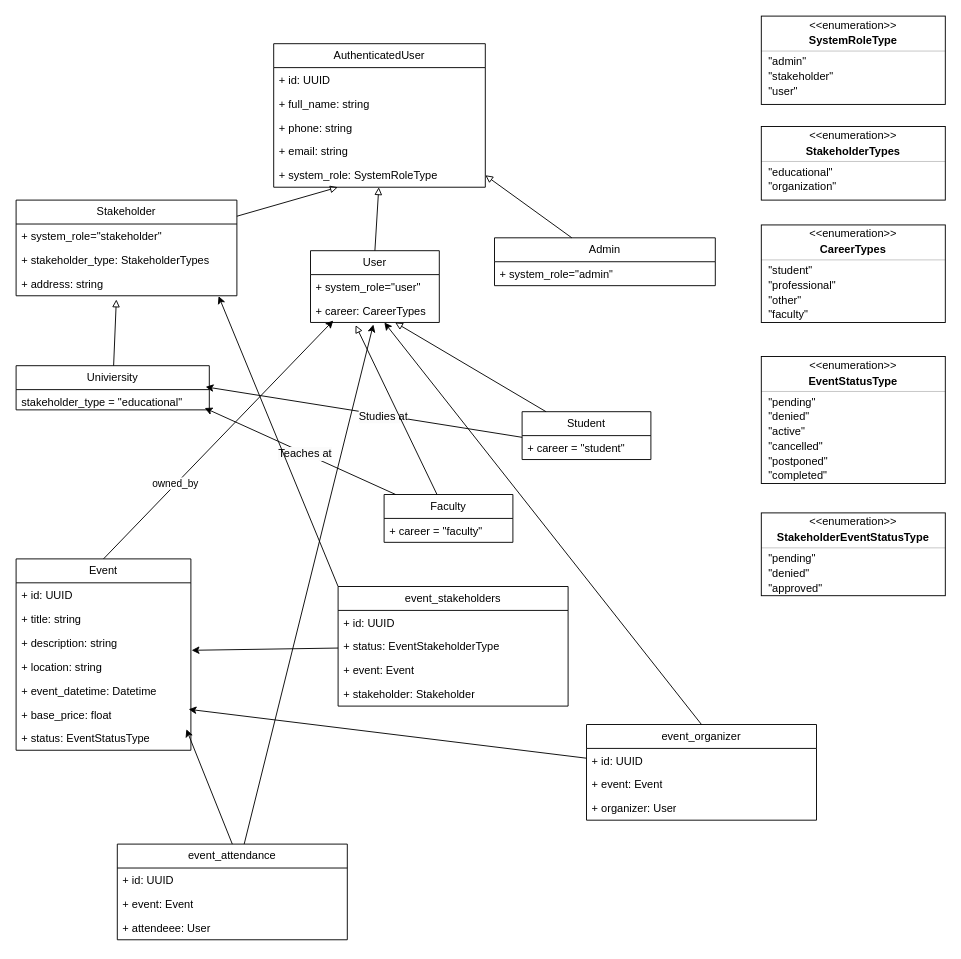
Above: uml/class_diagram/class_diagram.drawio in Gderhy/soen343_sees (draw.io), before the change. Source tidied: cells renumbered, new cells numbered last; positions are measured from the earlier drawing's top-left corner, leaving out a move shared by most shapes. Both pictures are drawn from the tidied source at 92%, with x=0, y=0 at pixel (16, 16).
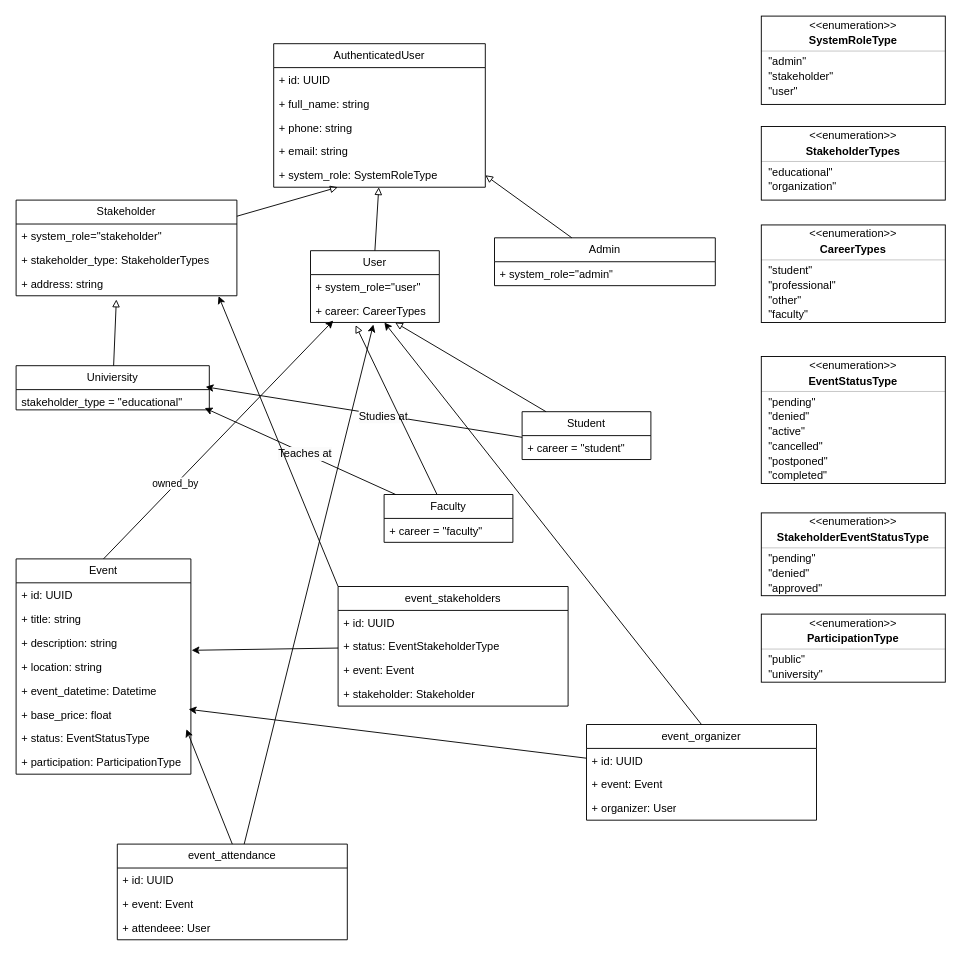
After the change.

Commit message (it also covers changes not shown here):
Rename Participation type to ParticipationType in types.ts and update CreateEvent component accordingly

The edit, as a diff of the source:
```diff
@@
     <mxCell id="56" value="Event" style="swimlane;fontStyle=0;horizontal=1;startSize=26;fillColor=none;whiteSpace=wrap;html=1;" parent="1" vertex="1">
-      <mxGeometry y="590" width="190" height="208" as="geometry" />
+      <mxGeometry y="590" width="190" height="234" as="geometry" />
     </mxCell>
@@
+    <mxCell id="102" value="+ participation: ParticipationType" style="text;strokeColor=none;fillColor=none;align=left;verticalAlign=top;spacingLeft=4;spacingRight=4;overflow=hidden;whiteSpace=wrap;html=1;" parent="56" vertex="1">
+      <mxGeometry y="208" width="190" height="26" as="geometry" />
+    </mxCell>
@@
+    <mxCell id="103" style="fontStyle=1;align=center;verticalAlign=middle;horizontal=1;" parent="1" vertex="1">
+      <mxGeometry x="810" y="650" width="200" height="74" as="geometry" />
+    </mxCell>
+    <mxCell id="104" value="&amp;lt;&amp;lt;enumeration&amp;gt;&amp;gt;" style="html=1;align=center;spacing=0;verticalAlign=middle;strokeColor=none;fillColor=none;whiteSpace=wrap;" parent="103" vertex="1">
+      <mxGeometry width="200" height="20" as="geometry" />
+    </mxCell>
+    <mxCell id="105" value="ParticipationType" style="html=1;align=center;spacing=0;verticalAlign=middle;strokeColor=none;fillColor=none;whiteSpace=wrap;fontStyle=1;" parent="103" vertex="1">
+      <mxGeometry y="20" width="200" height="14" as="geometry" />
+    </mxCell>
+    <mxCell id="106" style="line;strokeWidth=0.25;fillColor=none;align=left;verticalAlign=middle;spacingTop=-1;spacingLeft=3;spacingRight=3;labelPosition=right;" parent="103" vertex="1">
+      <mxGeometry y="34" width="200" height="8" as="geometry" />
+    </mxCell>
+    <mxCell id="107" value="&quot;public&quot;" style="html=1;align=left;spacing=0;spacingLeft=8;verticalAlign=middle;strokeColor=none;fillColor=none;whiteSpace=wrap;" parent="103" vertex="1">
+      <mxGeometry y="42" width="200" height="16" as="geometry" />
+    </mxCell>
+    <mxCell id="108" value="&quot;university&quot;" style="html=1;align=left;spacing=0;spacingLeft=8;verticalAlign=middle;strokeColor=none;fillColor=none;whiteSpace=wrap;" parent="103" vertex="1">
+      <mxGeometry y="58" width="200" height="16" as="geometry" />
+    </mxCell>
```
